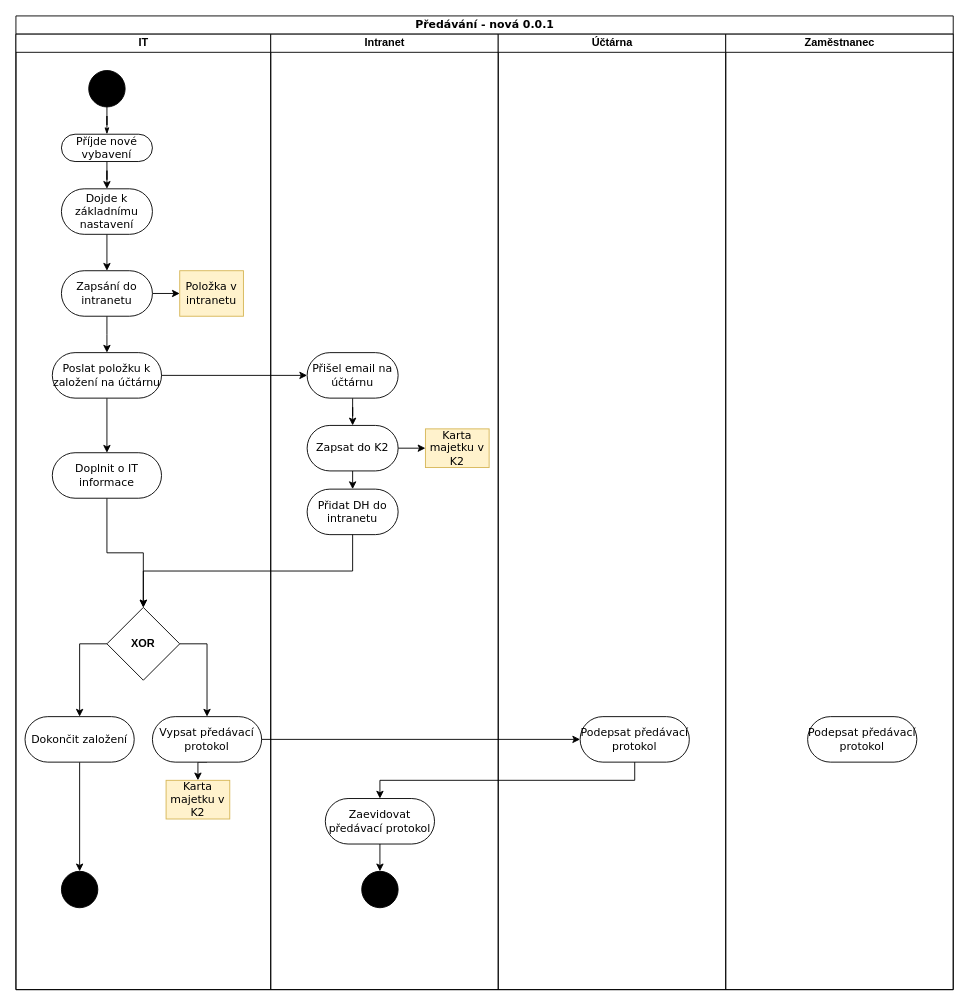
The draw.io diagram page "Předávání - new 0.0.1" (5 of 6) of UML - Inventar.drawio in horeckyj/drawio, before the edit. Source tidied: cells renumbered, new cells numbered last; positions are measured from the earlier drawing's top-left corner, leaving out a move shared by most shapes. Both pictures are drawn from the tidied source at 91%, with x=0, y=0 at pixel (15, 15).
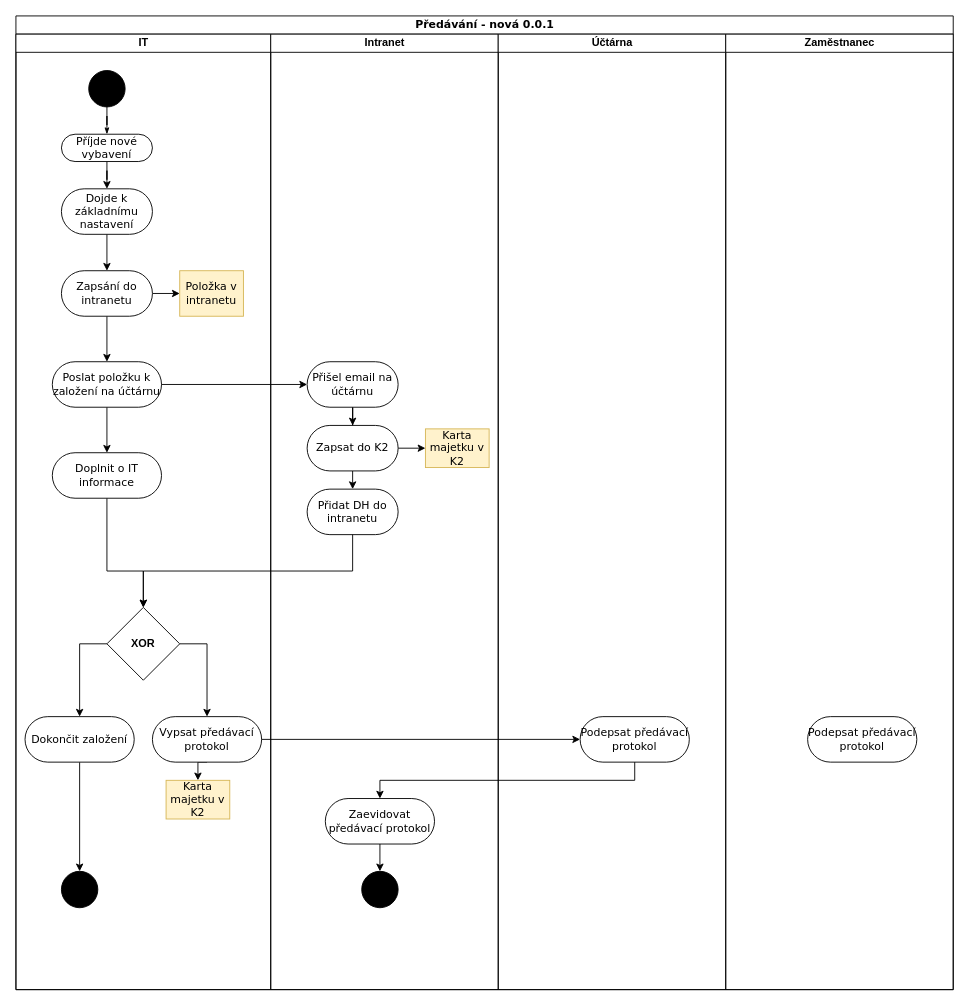
Above is the later version.

The change refers to these unchanged cells:
```xml
<mxCell id="2" value="Předávání - nová 0.0.1" style="swimlane;html=1;startSize=20;rounded=0;shadow=0;comic=0;labelBackgroundColor=none;strokeWidth=1;fontFamily=Verdana;fontSize=12;align=center;" parent="1" vertex="1">
  <mxGeometry width="1030" height="1070" as="geometry" />
</mxCell>
<mxCell id="3" value="IT" style="swimlane;html=1;startSize=20;" parent="2" vertex="1">
  <mxGeometry y="20" width="280" height="1050" as="geometry" />
</mxCell>
<mxCell id="12" value="Zapsání do intranetu" style="rounded=1;whiteSpace=wrap;html=1;shadow=0;comic=0;labelBackgroundColor=none;strokeWidth=1;fontFamily=Verdana;fontSize=12;align=center;arcSize=50;" parent="3" vertex="1">
  <mxGeometry x="50" y="260" width="100" height="50" as="geometry" />
</mxCell>
<mxCell id="17" value="Doplnit o IT informace" style="rounded=1;whiteSpace=wrap;html=1;shadow=0;comic=0;labelBackgroundColor=none;strokeWidth=1;fontFamily=Verdana;fontSize=12;align=center;arcSize=50;" parent="3" vertex="1">
  <mxGeometry x="40" y="460" width="120" height="50" as="geometry" />
</mxCell>
<mxCell id="21" value="&lt;b&gt;XOR&lt;/b&gt;" style="rhombus;whiteSpace=wrap;html=1;" parent="3" vertex="1">
  <mxGeometry x="100" y="630" width="80" height="80" as="geometry" />
</mxCell>
<mxCell id="27" value="Intranet" style="swimlane;html=1;startSize=20;" parent="2" vertex="1">
  <mxGeometry x="280" y="20" width="250" height="1050" as="geometry" />
</mxCell>
```

Diff of the diagram source:
```diff
@@
-    <mxCell id="11" style="edgeStyle=orthogonalEdgeStyle;rounded=0;jettySize=auto;html=1;exitX=0.5;exitY=1;exitDx=0;exitDy=0;" parent="3" edge="1" source="12">
-      <mxGeometry relative="1" as="geometry">
-        <mxPoint x="100" y="350" as="targetPoint" />
-      </mxGeometry>
-    </mxCell>
+    <mxCell id="46" style="edgeStyle=orthogonalEdgeStyle;rounded=0;jettySize=auto;html=1;exitX=0.5;exitY=1;exitDx=0;exitDy=0;entryX=0.5;entryY=0;entryDx=0;entryDy=0;" parent="3" edge="1" source="12" target="15">
+      <mxGeometry relative="1" as="geometry" />
+    </mxCell>
@@
     <mxCell id="15" value="Poslat položku k založení na účtárnu" style="rounded=1;whiteSpace=wrap;html=1;shadow=0;comic=0;labelBackgroundColor=none;strokeWidth=1;fontFamily=Verdana;fontSize=12;align=center;arcSize=50;" parent="3" vertex="1">
-      <mxGeometry x="40" y="350" width="120" height="50" as="geometry" />
+      <mxGeometry x="40" y="360" width="120" height="50" as="geometry" />
     </mxCell>
     <mxCell id="16" style="edgeStyle=orthogonalEdgeStyle;rounded=0;jettySize=auto;html=1;exitX=0.5;exitY=1;exitDx=0;exitDy=0;entryX=0.5;entryY=0;entryDx=0;entryDy=0;" parent="3" edge="1" source="17" target="21">
-      <mxGeometry relative="1" as="geometry" />
+      <mxGeometry relative="1" as="geometry">
+        <Array as="points">
+          <mxPoint x="100" y="590" />
+          <mxPoint x="140" y="590" />
+        </Array>
+      </mxGeometry>
     </mxCell>
@@
     <mxCell id="29" value="Přišel email na účtárnu" style="rounded=1;whiteSpace=wrap;html=1;shadow=0;comic=0;labelBackgroundColor=none;strokeWidth=1;fontFamily=Verdana;fontSize=12;align=center;arcSize=50;" parent="27" vertex="1">
-      <mxGeometry x="40" y="350" width="100" height="50" as="geometry" />
+      <mxGeometry x="40" y="360" width="100" height="50" as="geometry" />
     </mxCell>
@@
     <mxCell id="42" style="edgeStyle=orthogonalEdgeStyle;rounded=0;jettySize=auto;html=1;exitX=1;exitY=0.5;exitDx=0;exitDy=0;entryX=0;entryY=0.5;entryDx=0;entryDy=0;" parent="2" edge="1" source="15" target="29">
-      <mxGeometry relative="1" as="geometry" />
+      <mxGeometry relative="1" as="geometry">
+        <Array as="points">
+          <mxPoint x="160" y="405" />
+        </Array>
+      </mxGeometry>
     </mxCell>
```
